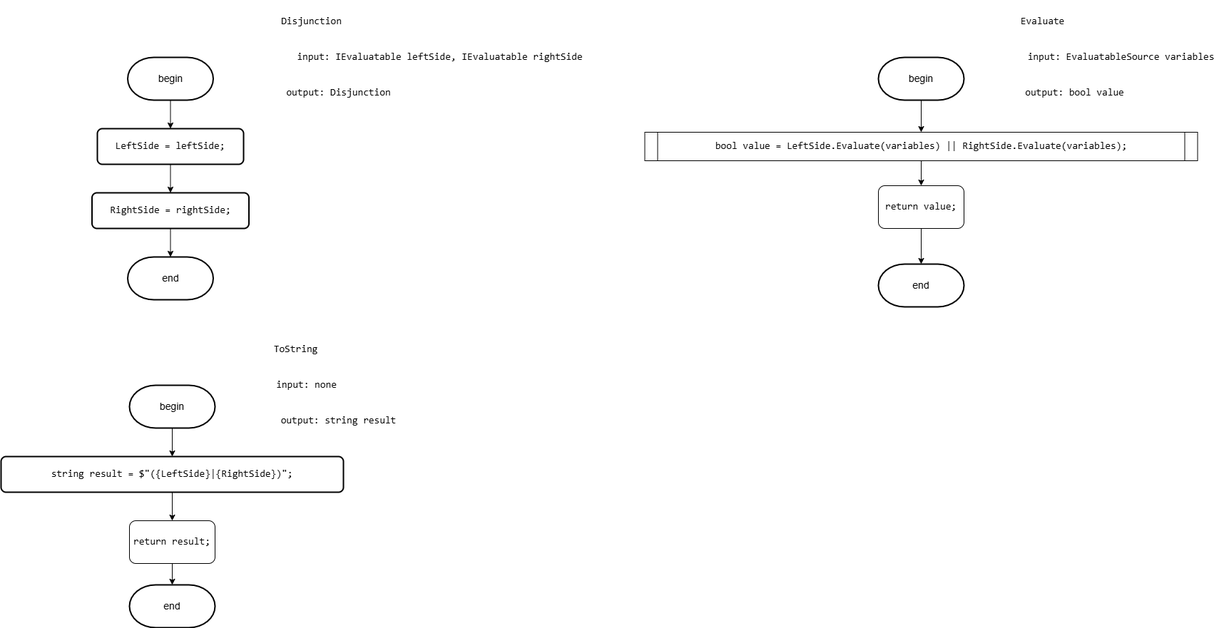
This is Diagrams/images/Disjunction.drawio.png from slavikovics/FictionalVariables, a draw.io export, as it was before one commit. Source tidied: cells renumbered, new cells last; positions are measured from the earlier drawing's top-left corner, leaving out a move shared by most shapes.
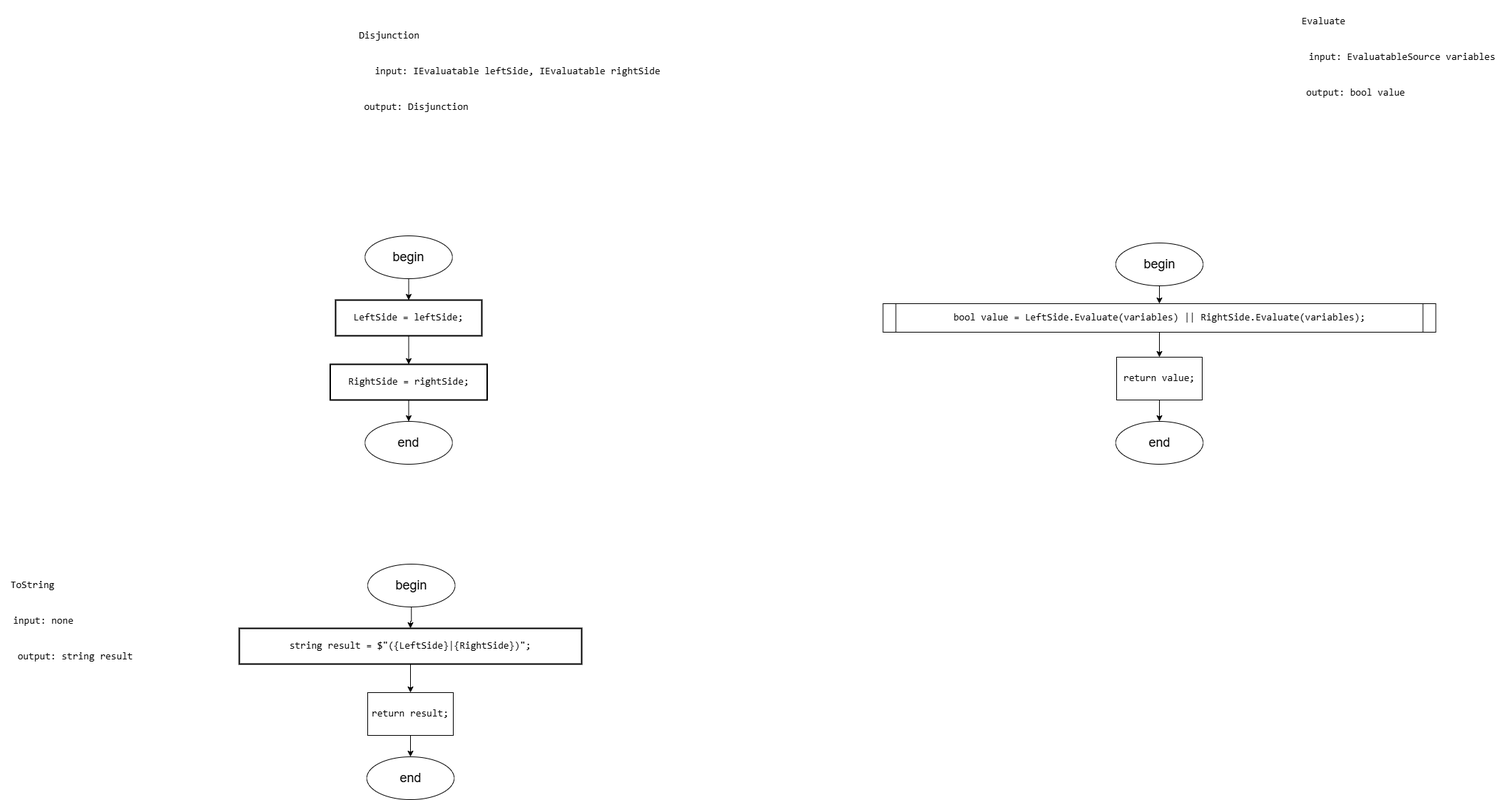
The same file after the commit.

Change to the diagram source:
```diff
@@ -3,94 +3,94 @@
     <mxCell id="0" />
     <mxCell id="1" parent="0" />
     <mxCell id="2" value="&lt;div&gt;&lt;pre style=&quot;font-family: &amp;quot;JetBrains Mono&amp;quot;, monospace;&quot;&gt;&lt;font style=&quot;&quot;&gt;Disjunction&lt;/font&gt;&lt;/pre&gt;&lt;/div&gt;" style="text;html=1;align=center;verticalAlign=middle;strokeColor=none;fillColor=none;labelBackgroundColor=none;fontSize=14;fontColor=#000000;" parent="1" vertex="1">
-      <mxGeometry x="380" width="110" height="60" as="geometry" />
+      <mxGeometry x="155" y="-220" width="110" height="60" as="geometry" />
     </mxCell>
-    <mxCell id="3" style="edgeStyle=orthogonalEdgeStyle;rounded=0;jettySize=auto;html=1;exitX=0.5;exitY=1;exitDx=0;exitDy=0;exitPerimeter=0;entryX=0.5;entryY=0;entryDx=0;entryDy=0;labelBackgroundColor=none;fontSize=14;fontColor=#000000;" parent="1" edge="1" source="4" target="6">
-      <mxGeometry relative="1" as="geometry" />
-    </mxCell>
-    <mxCell id="4" value="begin" style="strokeWidth=2;html=1;shape=mxgraph.flowchart.terminator;whiteSpace=wrap;labelBackgroundColor=none;fontSize=14;fontColor=#000000;" parent="1" vertex="1">
-      <mxGeometry x="177.5" y="80" width="120" height="60" as="geometry" />
-    </mxCell>
     <mxCell id="5" style="edgeStyle=orthogonalEdgeStyle;rounded=0;jettySize=auto;html=1;exitX=0.5;exitY=1;exitDx=0;exitDy=0;entryX=0.5;entryY=0;entryDx=0;entryDy=0;labelBackgroundColor=none;fontSize=14;fontColor=#000000;" parent="1" edge="1" source="6" target="7">
       <mxGeometry relative="1" as="geometry" />
     </mxCell>
-    <mxCell id="6" value="&lt;div style=&quot;&quot;&gt;&lt;pre style=&quot;font-family: &amp;quot;JetBrains Mono&amp;quot;, monospace;&quot;&gt;LeftSide = &lt;span style=&quot;&quot;&gt;leftSide&lt;/span&gt;;&lt;/pre&gt;&lt;/div&gt;" style="rounded=1;whiteSpace=wrap;html=1;absoluteArcSize=1;arcSize=14;strokeWidth=2;labelBackgroundColor=none;fontSize=14;fontColor=#000000;" parent="1" vertex="1">
+    <mxCell id="6" value="&lt;div style=&quot;&quot;&gt;&lt;pre style=&quot;font-family: &amp;quot;JetBrains Mono&amp;quot;, monospace;&quot;&gt;LeftSide = &lt;span style=&quot;&quot;&gt;leftSide&lt;/span&gt;;&lt;/pre&gt;&lt;/div&gt;" style="rounded=0;whiteSpace=wrap;html=1;absoluteArcSize=1;arcSize=14;strokeWidth=2;labelBackgroundColor=none;fontSize=14;fontColor=#000000;" parent="1" vertex="1">
       <mxGeometry x="135" y="180" width="205" height="50" as="geometry" />
     </mxCell>
+    <mxCell id="32" style="edgeStyle=orthogonalEdgeStyle;rounded=0;jettySize=auto;html=1;exitX=0.5;exitY=1;exitDx=0;exitDy=0;entryX=0.5;entryY=0;entryDx=0;entryDy=0;" parent="1" edge="1" source="7" target="41">
+      <mxGeometry relative="1" as="geometry" />
+    </mxCell>
-    <mxCell id="7" value="&lt;div style=&quot;&quot;&gt;&lt;pre style=&quot;font-family: &amp;quot;JetBrains Mono&amp;quot;, monospace;&quot;&gt;&lt;div&gt;&lt;pre style=&quot;font-family: &amp;quot;JetBrains Mono&amp;quot;, monospace;&quot;&gt;RightSide = &lt;span style=&quot;&quot;&gt;rightSide&lt;/span&gt;;&lt;/pre&gt;&lt;/div&gt;&lt;/pre&gt;&lt;/div&gt;" style="rounded=1;whiteSpace=wrap;html=1;absoluteArcSize=1;arcSize=14;strokeWidth=2;labelBackgroundColor=none;fontSize=14;fontColor=#000000;" parent="1" vertex="1">
+    <mxCell id="7" value="&lt;div style=&quot;&quot;&gt;&lt;pre style=&quot;font-family: &amp;quot;JetBrains Mono&amp;quot;, monospace;&quot;&gt;&lt;div&gt;&lt;pre style=&quot;font-family: &amp;quot;JetBrains Mono&amp;quot;, monospace;&quot;&gt;RightSide = &lt;span style=&quot;&quot;&gt;rightSide&lt;/span&gt;;&lt;/pre&gt;&lt;/div&gt;&lt;/pre&gt;&lt;/div&gt;" style="rounded=0;whiteSpace=wrap;html=1;absoluteArcSize=1;arcSize=14;strokeWidth=2;labelBackgroundColor=none;fontSize=14;fontColor=#000000;" parent="1" vertex="1">
       <mxGeometry x="127.5" y="270" width="220" height="50" as="geometry" />
     </mxCell>
     <mxCell id="8" value="&lt;pre style=&quot;font-family: &amp;quot;JetBrains Mono&amp;quot;, monospace;&quot;&gt;input: IEvaluatable leftSide, IEvaluatable rightSide&lt;/pre&gt;" style="text;html=1;align=center;verticalAlign=middle;strokeColor=none;fillColor=none;labelBackgroundColor=none;fontSize=14;fontColor=#000000;" parent="1" vertex="1">
-      <mxGeometry x="405" y="50" width="420" height="60" as="geometry" />
+      <mxGeometry x="180" y="-170" width="420" height="60" as="geometry" />
     </mxCell>
     <mxCell id="9" value="&lt;pre style=&quot;font-family: &amp;quot;JetBrains Mono&amp;quot;, monospace;&quot;&gt;output: Disjunction&lt;/pre&gt;" style="text;html=1;align=center;verticalAlign=middle;strokeColor=none;fillColor=none;labelBackgroundColor=none;fontSize=14;fontColor=#000000;" parent="1" vertex="1">
-      <mxGeometry x="387.5" y="100" width="170" height="60" as="geometry" />
+      <mxGeometry x="162.5" y="-120" width="170" height="60" as="geometry" />
     </mxCell>
-    <mxCell id="10" value="end" style="strokeWidth=2;html=1;shape=mxgraph.flowchart.terminator;whiteSpace=wrap;labelBackgroundColor=none;fontSize=14;fontColor=#000000;" parent="1" vertex="1">
-      <mxGeometry x="177.5" y="360" width="120" height="60" as="geometry" />
-    </mxCell>
-    <mxCell id="11" style="edgeStyle=orthogonalEdgeStyle;rounded=0;jettySize=auto;html=1;exitX=0.5;exitY=1;exitDx=0;exitDy=0;entryX=0.5;entryY=0;entryDx=0;entryDy=0;entryPerimeter=0;labelBackgroundColor=none;fontSize=14;fontColor=#000000;" parent="1" edge="1" source="7" target="10">
-      <mxGeometry relative="1" as="geometry" />
-    </mxCell>
     <mxCell id="12" value="&lt;pre style=&quot;font-family: &amp;quot;JetBrains Mono&amp;quot;, monospace;&quot;&gt;Evaluate&lt;/pre&gt;" style="text;html=1;align=center;verticalAlign=middle;strokeColor=none;fillColor=none;labelBackgroundColor=none;fontSize=14;fontColor=#000000;" parent="1" vertex="1">
-      <mxGeometry x="1415" width="90" height="60" as="geometry" />
+      <mxGeometry x="1475" y="-240" width="90" height="60" as="geometry" />
     </mxCell>
-    <mxCell id="13" style="edgeStyle=orthogonalEdgeStyle;rounded=0;jettySize=auto;html=1;exitX=0.5;exitY=1;exitDx=0;exitDy=0;exitPerimeter=0;entryX=0.5;entryY=0;entryDx=0;entryDy=0;labelBackgroundColor=none;fontSize=14;fontColor=#000000;" parent="1" edge="1" source="14" target="27">
-      <mxGeometry relative="1" as="geometry" />
-    </mxCell>
-    <mxCell id="14" value="begin" style="strokeWidth=2;html=1;shape=mxgraph.flowchart.terminator;whiteSpace=wrap;labelBackgroundColor=none;fontSize=14;fontColor=#000000;" parent="1" vertex="1">
-      <mxGeometry x="1230" y="80" width="120" height="60" as="geometry" />
-    </mxCell>
     <mxCell id="15" value="&lt;pre style=&quot;font-family: &amp;quot;JetBrains Mono&amp;quot;, monospace;&quot;&gt;input: EvaluatableSource &lt;span style=&quot;white-space-collapse: collapse;&quot;&gt;variables&lt;/span&gt;&lt;/pre&gt;" style="text;html=1;align=center;verticalAlign=middle;strokeColor=none;fillColor=none;labelBackgroundColor=none;fontSize=14;fontColor=#000000;" parent="1" vertex="1">
-      <mxGeometry x="1425" y="50" width="290" height="60" as="geometry" />
+      <mxGeometry x="1485" y="-190" width="290" height="60" as="geometry" />
     </mxCell>
     <mxCell id="16" value="&lt;pre style=&quot;font-family: &amp;quot;JetBrains Mono&amp;quot;, monospace;&quot;&gt;output: bool value&lt;/pre&gt;" style="text;html=1;align=center;verticalAlign=middle;strokeColor=none;fillColor=none;labelBackgroundColor=none;fontSize=14;fontColor=#000000;" parent="1" vertex="1">
-      <mxGeometry x="1425" y="100" width="160" height="60" as="geometry" />
+      <mxGeometry x="1485" y="-140" width="160" height="60" as="geometry" />
     </mxCell>
-    <mxCell id="17" value="end" style="strokeWidth=2;html=1;shape=mxgraph.flowchart.terminator;whiteSpace=wrap;labelBackgroundColor=none;fontSize=14;fontColor=#000000;" parent="1" vertex="1">
-      <mxGeometry x="1230" y="370" width="120" height="60" as="geometry" />
-    </mxCell>
     <mxCell id="18" value="&lt;pre style=&quot;font-family: &amp;quot;JetBrains Mono&amp;quot;, monospace;&quot;&gt;ToString&lt;/pre&gt;" style="text;html=1;align=center;verticalAlign=middle;strokeColor=none;fillColor=none;labelBackgroundColor=none;fontSize=14;fontColor=#000000;" parent="1" vertex="1">
-      <mxGeometry x="367.5" y="460" width="90" height="60" as="geometry" />
+      <mxGeometry x="-335" y="550" width="90" height="60" as="geometry" />
     </mxCell>
-    <mxCell id="19" style="edgeStyle=orthogonalEdgeStyle;rounded=0;jettySize=auto;html=1;exitX=0.5;exitY=1;exitDx=0;exitDy=0;exitPerimeter=0;entryX=0.5;entryY=0;entryDx=0;entryDy=0;labelBackgroundColor=none;fontSize=14;fontColor=#000000;" parent="1" edge="1" source="20" target="22">
-      <mxGeometry relative="1" as="geometry" />
-    </mxCell>
-    <mxCell id="20" value="begin" style="strokeWidth=2;html=1;shape=mxgraph.flowchart.terminator;whiteSpace=wrap;labelBackgroundColor=none;fontSize=14;fontColor=#000000;" parent="1" vertex="1">
-      <mxGeometry x="180" y="540" width="120" height="60" as="geometry" />
-    </mxCell>
     <mxCell id="21" style="edgeStyle=orthogonalEdgeStyle;rounded=0;jettySize=auto;html=1;exitX=0.5;exitY=1;exitDx=0;exitDy=0;entryX=0.5;entryY=0;entryDx=0;entryDy=0;labelBackgroundColor=none;fontSize=14;fontColor=#000000;" parent="1" edge="1" source="22" target="28">
       <mxGeometry relative="1" as="geometry" />
     </mxCell>
-    <mxCell id="22" value="&lt;div style=&quot;&quot;&gt;&lt;pre style=&quot;font-family: &amp;quot;JetBrains Mono&amp;quot;, monospace;&quot;&gt;&lt;pre style=&quot;font-family: &amp;quot;JetBrains Mono&amp;quot;, monospace;&quot;&gt;&lt;pre style=&quot;font-family: &amp;quot;JetBrains Mono&amp;quot;, monospace;&quot;&gt;&lt;div&gt;&lt;pre style=&quot;font-family: &amp;quot;JetBrains Mono&amp;quot;, monospace;&quot;&gt;&lt;span style=&quot;&quot;&gt;string &lt;/span&gt;result = &lt;span style=&quot;&quot;&gt;$&quot;(&lt;/span&gt;{LeftSide}&lt;span style=&quot;&quot;&gt;|&lt;/span&gt;{RightSide}&lt;span style=&quot;&quot;&gt;)&quot;&lt;/span&gt;;&lt;/pre&gt;&lt;/div&gt;&lt;/pre&gt;&lt;/pre&gt;&lt;/pre&gt;&lt;/div&gt;" style="rounded=1;whiteSpace=wrap;html=1;absoluteArcSize=1;arcSize=14;strokeWidth=2;labelBackgroundColor=none;fontSize=14;fontColor=#000000;" parent="1" vertex="1">
+    <mxCell id="22" value="&lt;div style=&quot;&quot;&gt;&lt;pre style=&quot;font-family: &amp;quot;JetBrains Mono&amp;quot;, monospace;&quot;&gt;&lt;pre style=&quot;font-family: &amp;quot;JetBrains Mono&amp;quot;, monospace;&quot;&gt;&lt;pre style=&quot;font-family: &amp;quot;JetBrains Mono&amp;quot;, monospace;&quot;&gt;&lt;div&gt;&lt;pre style=&quot;font-family: &amp;quot;JetBrains Mono&amp;quot;, monospace;&quot;&gt;&lt;span style=&quot;&quot;&gt;string &lt;/span&gt;result = &lt;span style=&quot;&quot;&gt;$&quot;(&lt;/span&gt;{LeftSide}&lt;span style=&quot;&quot;&gt;|&lt;/span&gt;{RightSide}&lt;span style=&quot;&quot;&gt;)&quot;&lt;/span&gt;;&lt;/pre&gt;&lt;/div&gt;&lt;/pre&gt;&lt;/pre&gt;&lt;/pre&gt;&lt;/div&gt;" style="rounded=0;whiteSpace=wrap;html=1;absoluteArcSize=1;arcSize=14;strokeWidth=2;labelBackgroundColor=none;fontSize=14;fontColor=#000000;" parent="1" vertex="1">
       <mxGeometry y="640" width="480" height="50" as="geometry" />
     </mxCell>
     <mxCell id="23" value="&lt;pre style=&quot;font-family: &amp;quot;JetBrains Mono&amp;quot;, monospace;&quot;&gt;input: none&lt;/pre&gt;" style="text;html=1;align=center;verticalAlign=middle;strokeColor=none;fillColor=none;labelBackgroundColor=none;fontSize=14;fontColor=#000000;" parent="1" vertex="1">
-      <mxGeometry x="372.5" y="510" width="110" height="60" as="geometry" />
+      <mxGeometry x="-330" y="600" width="110" height="60" as="geometry" />
     </mxCell>
     <mxCell id="24" value="&lt;pre style=&quot;font-family: &amp;quot;JetBrains Mono&amp;quot;, monospace;&quot;&gt;output: string result&lt;/pre&gt;" style="text;html=1;align=center;verticalAlign=middle;strokeColor=none;fillColor=none;labelBackgroundColor=none;fontSize=14;fontColor=#000000;" parent="1" vertex="1">
-      <mxGeometry x="377.5" y="560" width="190" height="60" as="geometry" />
+      <mxGeometry x="-325" y="650" width="190" height="60" as="geometry" />
     </mxCell>
-    <mxCell id="25" value="end" style="strokeWidth=2;html=1;shape=mxgraph.flowchart.terminator;whiteSpace=wrap;labelBackgroundColor=none;fontSize=14;fontColor=#000000;" parent="1" vertex="1">
-      <mxGeometry x="180" y="820" width="120" height="60" as="geometry" />
-    </mxCell>
     <mxCell id="26" style="edgeStyle=orthogonalEdgeStyle;rounded=0;jettySize=auto;html=1;exitX=0.5;exitY=1;exitDx=0;exitDy=0;entryX=0.5;entryY=0;entryDx=0;entryDy=0;labelBackgroundColor=none;fontSize=14;fontColor=#000000;" parent="1" edge="1" source="27" target="30">
       <mxGeometry relative="1" as="geometry" />
     </mxCell>
     <mxCell id="27" value="&lt;pre style=&quot;font-family: &amp;quot;JetBrains Mono&amp;quot;, monospace;&quot;&gt;&lt;span style=&quot;&quot;&gt;bool &lt;/span&gt;&lt;span style=&quot;&quot;&gt;value &lt;/span&gt;= LeftSide.&lt;span style=&quot;&quot;&gt;Evaluate&lt;/span&gt;(&lt;span style=&quot;&quot;&gt;variables&lt;/span&gt;) || RightSide.&lt;span style=&quot;&quot;&gt;Evaluate&lt;/span&gt;(&lt;span style=&quot;&quot;&gt;variables&lt;/span&gt;);&lt;/pre&gt;" style="shape=process;whiteSpace=wrap;html=1;backgroundOutline=1;size=0.022988505747126436;labelBackgroundColor=none;fontSize=14;fontColor=#000000;" parent="1" vertex="1">
       <mxGeometry x="902.5" y="185" width="775" height="40" as="geometry" />
     </mxCell>
+    <mxCell id="33" style="edgeStyle=orthogonalEdgeStyle;rounded=0;jettySize=auto;html=1;exitX=0.5;exitY=1;exitDx=0;exitDy=0;entryX=0.5;entryY=0;entryDx=0;entryDy=0;" parent="1" edge="1" source="28" target="43">
+      <mxGeometry relative="1" as="geometry" />
+    </mxCell>
-    <mxCell id="28" value="&lt;div style=&quot;&quot;&gt;&lt;pre style=&quot;font-family: &amp;quot;JetBrains Mono&amp;quot;, monospace;&quot;&gt;&lt;span style=&quot;&quot;&gt;return &lt;/span&gt;&lt;span style=&quot;&quot;&gt;result&lt;/span&gt;;&lt;/pre&gt;&lt;/div&gt;" style="rounded=1;whiteSpace=wrap;html=1;labelBackgroundColor=none;fontSize=14;fontColor=#000000;" parent="1" vertex="1">
+    <mxCell id="28" value="&lt;div style=&quot;&quot;&gt;&lt;pre style=&quot;font-family: &amp;quot;JetBrains Mono&amp;quot;, monospace;&quot;&gt;&lt;span style=&quot;&quot;&gt;return &lt;/span&gt;&lt;span style=&quot;&quot;&gt;result&lt;/span&gt;;&lt;/pre&gt;&lt;/div&gt;" style="rounded=0;whiteSpace=wrap;html=1;labelBackgroundColor=none;fontSize=14;fontColor=#000000;" parent="1" vertex="1">
       <mxGeometry x="180" y="730" width="120" height="60" as="geometry" />
     </mxCell>
-    <mxCell id="29" style="edgeStyle=orthogonalEdgeStyle;rounded=0;jettySize=auto;html=1;exitX=0.5;exitY=1;exitDx=0;exitDy=0;entryX=0.5;entryY=0;entryDx=0;entryDy=0;entryPerimeter=0;labelBackgroundColor=none;fontSize=14;fontColor=#000000;" parent="1" edge="1" source="28" target="25">
-      <mxGeometry relative="1" as="geometry" />
-    </mxCell>
+    <mxCell id="34" style="edgeStyle=orthogonalEdgeStyle;rounded=0;jettySize=auto;html=1;exitX=0.5;exitY=1;exitDx=0;exitDy=0;entryX=0.5;entryY=0;entryDx=0;entryDy=0;" parent="1" edge="1" source="30" target="42">
+      <mxGeometry relative="1" as="geometry" />
+    </mxCell>
-    <mxCell id="30" value="&lt;div style=&quot;&quot;&gt;&lt;pre style=&quot;font-family: &amp;quot;JetBrains Mono&amp;quot;, monospace;&quot;&gt;&lt;span style=&quot;&quot;&gt;return &lt;/span&gt;&lt;span style=&quot;&quot;&gt;value&lt;/span&gt;;&lt;/pre&gt;&lt;/div&gt;" style="rounded=1;whiteSpace=wrap;html=1;labelBackgroundColor=none;fontSize=14;fontColor=#000000;" parent="1" vertex="1">
+    <mxCell id="30" value="&lt;div style=&quot;&quot;&gt;&lt;pre style=&quot;font-family: &amp;quot;JetBrains Mono&amp;quot;, monospace;&quot;&gt;&lt;span style=&quot;&quot;&gt;return &lt;/span&gt;&lt;span style=&quot;&quot;&gt;value&lt;/span&gt;;&lt;/pre&gt;&lt;/div&gt;" style="rounded=0;whiteSpace=wrap;html=1;labelBackgroundColor=none;fontSize=14;fontColor=#000000;" parent="1" vertex="1">
       <mxGeometry x="1230" y="260" width="120" height="60" as="geometry" />
     </mxCell>
-    <mxCell id="31" style="edgeStyle=orthogonalEdgeStyle;rounded=0;jettySize=auto;html=1;exitX=0.5;exitY=1;exitDx=0;exitDy=0;entryX=0.5;entryY=0;entryDx=0;entryDy=0;entryPerimeter=0;labelBackgroundColor=none;fontSize=14;fontColor=#000000;" parent="1" edge="1" source="30" target="17">
-      <mxGeometry relative="1" as="geometry" />
-    </mxCell>
+    <mxCell id="35" style="edgeStyle=orthogonalEdgeStyle;rounded=0;jettySize=auto;html=1;exitX=0.5;exitY=1;exitDx=0;exitDy=0;entryX=0.5;entryY=0;entryDx=0;entryDy=0;" parent="1" edge="1" source="36" target="6">
+      <mxGeometry relative="1" as="geometry" />
+    </mxCell>
+    <mxCell id="36" value="&lt;font style=&quot;font-size: 18px;&quot;&gt;begin&lt;/font&gt;" style="ellipse;whiteSpace=wrap;html=1;" parent="1" vertex="1">
+      <mxGeometry x="176.2" y="90" width="122.5" height="60" as="geometry" />
+    </mxCell>
+    <mxCell id="37" style="edgeStyle=orthogonalEdgeStyle;rounded=0;jettySize=auto;html=1;exitX=0.5;exitY=1;exitDx=0;exitDy=0;" parent="1" edge="1" source="38" target="22">
+      <mxGeometry relative="1" as="geometry" />
+    </mxCell>
+    <mxCell id="38" value="&lt;font style=&quot;font-size: 18px;&quot;&gt;begin&lt;/font&gt;" style="ellipse;whiteSpace=wrap;html=1;" parent="1" vertex="1">
+      <mxGeometry x="180" y="550" width="122.5" height="60" as="geometry" />
+    </mxCell>
+    <mxCell id="39" style="edgeStyle=orthogonalEdgeStyle;rounded=0;jettySize=auto;html=1;exitX=0.5;exitY=1;exitDx=0;exitDy=0;entryX=0.5;entryY=0;entryDx=0;entryDy=0;" parent="1" edge="1" source="40" target="27">
+      <mxGeometry relative="1" as="geometry" />
+    </mxCell>
+    <mxCell id="40" value="&lt;font style=&quot;font-size: 18px;&quot;&gt;begin&lt;/font&gt;" style="ellipse;whiteSpace=wrap;html=1;" parent="1" vertex="1">
+      <mxGeometry x="1228.8" y="100" width="122.5" height="60" as="geometry" />
+    </mxCell>
+    <mxCell id="41" value="&lt;font style=&quot;font-size: 18px;&quot;&gt;end&lt;/font&gt;" style="ellipse;whiteSpace=wrap;html=1;" parent="1" vertex="1">
+      <mxGeometry x="176.2" y="350" width="122.5" height="60" as="geometry" />
+    </mxCell>
+    <mxCell id="42" value="&lt;font style=&quot;font-size: 18px;&quot;&gt;end&lt;/font&gt;" style="ellipse;whiteSpace=wrap;html=1;" parent="1" vertex="1">
+      <mxGeometry x="1228.8" y="350" width="122.5" height="60" as="geometry" />
+    </mxCell>
+    <mxCell id="43" value="&lt;font style=&quot;font-size: 18px;&quot;&gt;end&lt;/font&gt;" style="ellipse;whiteSpace=wrap;html=1;" parent="1" vertex="1">
+      <mxGeometry x="178.8" y="820" width="122.5" height="60" as="geometry" />
+    </mxCell>
   </root>
 </mxGraphModel>
```
